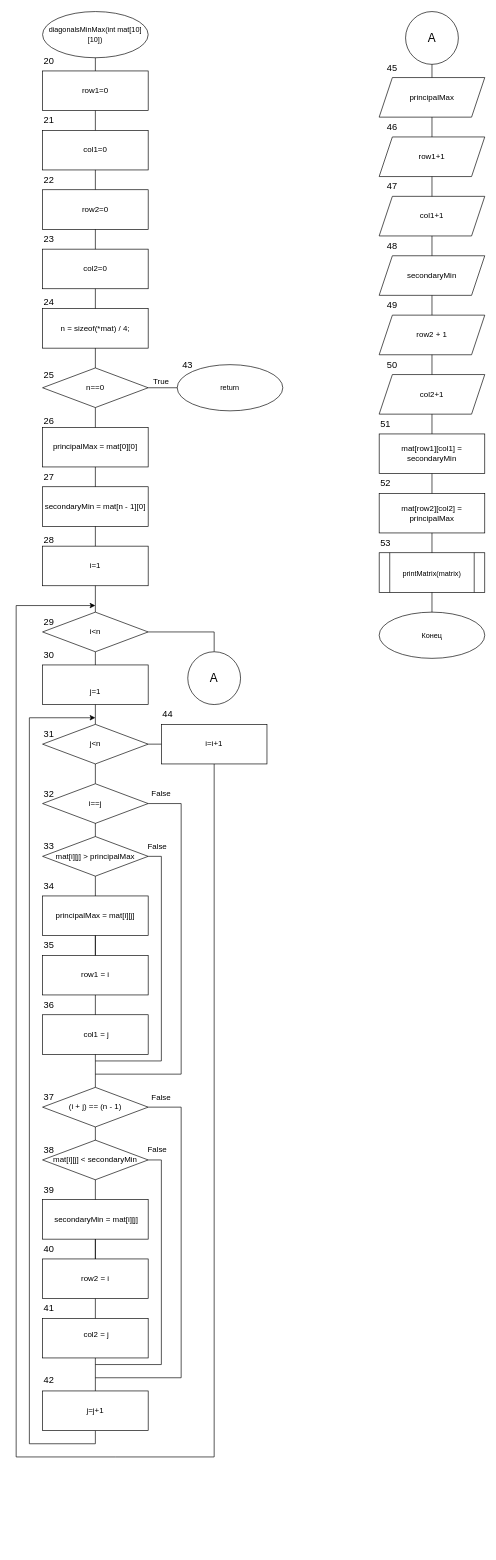
The draw.io diagram page "Page-3" (3 of 3) of Untitled Diagram.drawio in Maquim4/repository_for_challenge, before the edit. Source tidied: cells renumbered, new cells numbered last; positions are measured from the earlier drawing's top-left corner, leaving out a move shared by most shapes. Both pictures are drawn from the tidied source at 66%, with x=0, y=0 at pixel (16, 11).
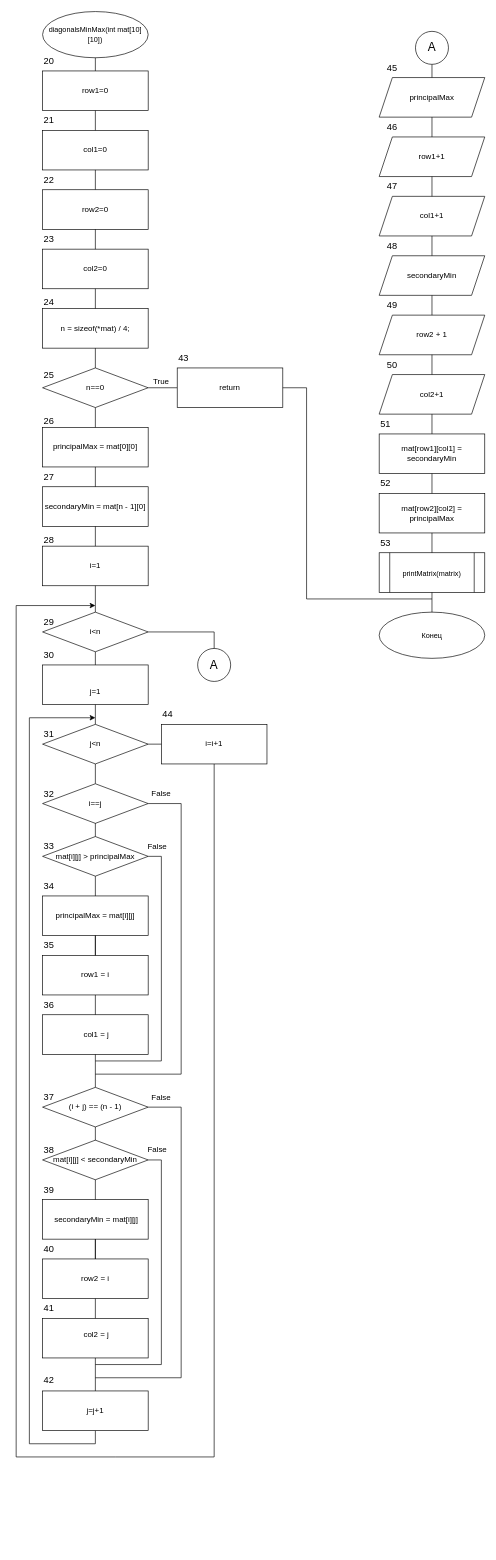
Above is the later version.

The change refers to these unchanged cells:
```xml
<mxCell id="30" value="n==0" style="rhombus;whiteSpace=wrap;html=1;" parent="1" vertex="1">
  <mxGeometry x="40" y="540" width="160" height="60" as="geometry" />
</mxCell>
<mxCell id="63" value="principalMax" style="shape=parallelogram;perimeter=parallelogramPerimeter;whiteSpace=wrap;html=1;fixedSize=1;" parent="1" vertex="1">
  <mxGeometry x="550" y="100" width="160" height="60" as="geometry" />
</mxCell>
```

Diff of the diagram source:
```diff
@@
-    <mxCell id="32" value="return" style="ellipse;whiteSpace=wrap;html=1;fontSize=11;" parent="1" vertex="1">
-      <mxGeometry x="244" y="535" width="160" height="70" as="geometry" />
-    </mxCell>
-    <mxCell id="33" style="endArrow=none;html=1;rounded=0;exitX=1;exitY=0.5;exitDx=0;exitDy=0;entryX=0;entryY=0.5;entryDx=0;entryDy=0;" parent="1" edge="1" source="30" target="32">
-      <mxGeometry relative="1" as="geometry" />
+    <mxCell id="33" style="endArrow=none;html=1;rounded=0;exitX=1;exitY=0.5;exitDx=0;exitDy=0;entryX=0;entryY=0.5;entryDx=0;entryDy=0;" parent="1" edge="1" source="30">
+      <mxGeometry relative="1" as="geometry">
+        <mxPoint x="244" y="570" as="targetPoint" />
+      </mxGeometry>
     </mxCell>
@@
     <mxCell id="61" value="&lt;font style=&quot;font-size: 18px;&quot;&gt;A&lt;/font&gt;" style="ellipse;whiteSpace=wrap;html=1;" parent="1" vertex="1">
-      <mxGeometry x="260" y="970" width="80" height="80" as="geometry" />
+      <mxGeometry x="275" y="965" width="50" height="50" as="geometry" />
     </mxCell>
-    <mxCell id="62" value="&lt;font style=&quot;font-size: 18px;&quot;&gt;A&lt;/font&gt;" style="ellipse;whiteSpace=wrap;html=1;" parent="1" vertex="1">
-      <mxGeometry x="590" width="80" height="80" as="geometry" />
-    </mxCell>
@@
-    <mxCell id="69" style="endArrow=none;html=1;rounded=0;fontSize=18;entryX=0.5;entryY=1;entryDx=0;entryDy=0;exitX=0.5;exitY=0;exitDx=0;exitDy=0;" parent="1" edge="1" source="63" target="62">
-      <mxGeometry relative="1" as="geometry" />
+    <mxCell id="69" style="endArrow=none;html=1;rounded=0;fontSize=18;entryX=0.5;entryY=1;entryDx=0;entryDy=0;exitX=0.5;exitY=0;exitDx=0;exitDy=0;" parent="1" edge="1" source="63">
+      <mxGeometry relative="1" as="geometry">
+        <mxPoint x="630" y="80" as="targetPoint" />
+      </mxGeometry>
     </mxCell>
@@
     <mxCell id="106" value="&lt;div style=&quot;text-align: center;&quot;&gt;43&lt;/div&gt;" style="text;whiteSpace=wrap;html=1;fontSize=14;" parent="1" vertex="1">
-      <mxGeometry x="250" y="520" width="40" height="40" as="geometry" />
+      <mxGeometry x="244" y="510" width="40" height="40" as="geometry" />
     </mxCell>
@@
+    <mxCell id="32" value="return" style="rounded=0;whiteSpace=wrap;html=1;" parent="1" vertex="1">
+      <mxGeometry x="244" y="540" width="160" height="60" as="geometry" />
+    </mxCell>
+    <mxCell id="119" style="endArrow=none;html=1;rounded=0;exitX=1;exitY=0.5;exitDx=0;exitDy=0;" parent="1" edge="1" source="32">
+      <mxGeometry relative="1" as="geometry">
+        <mxPoint x="630" y="890" as="targetPoint" />
+        <Array as="points">
+          <mxPoint x="440" y="570" />
+          <mxPoint x="440" y="890" />
+        </Array>
+      </mxGeometry>
+    </mxCell>
+    <mxCell id="62" value="&lt;font style=&quot;font-size: 18px;&quot;&gt;A&lt;/font&gt;" style="ellipse;whiteSpace=wrap;html=1;" parent="1" vertex="1">
+      <mxGeometry x="605" y="30" width="50" height="50" as="geometry" />
+    </mxCell>
```
